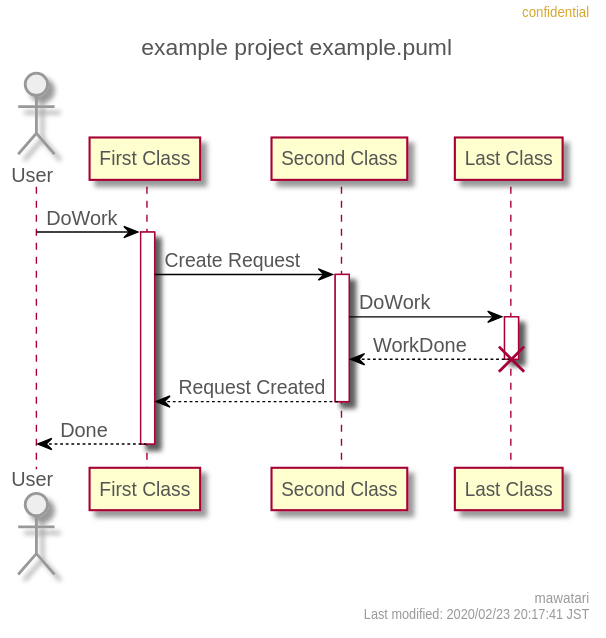
This is sequence-diagram/example.svg from mawatari/example-project-uml, a PlantUML export, as it was before one commit.
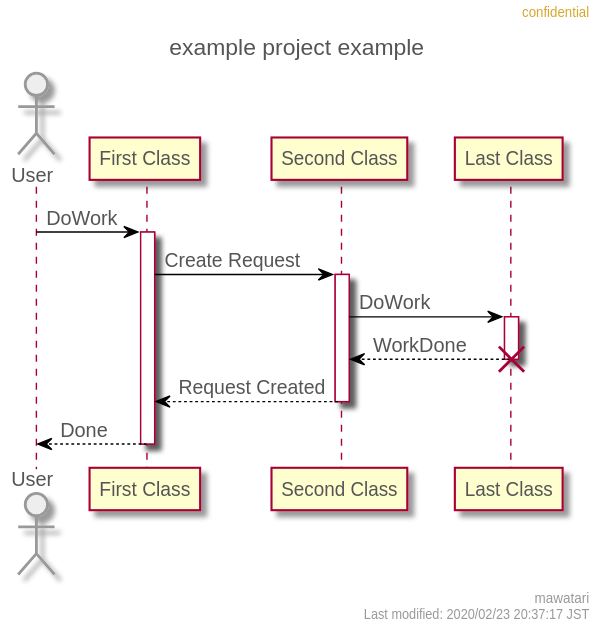
The same file after the commit.

What changed in the source:
```diff
@@ -43,8 +43,8 @@
   DiamondBorderColor #999999
 }
 right header confidential
-right footer mawatari\nLast modified: 2020/02/23 20:17:41 JST
-title example project example.puml
+right footer mawatari\nLast modified: 2020/02/23 20:37:17 JST
+title example project example
 
 actor User
 participant "First Class" as A
```
